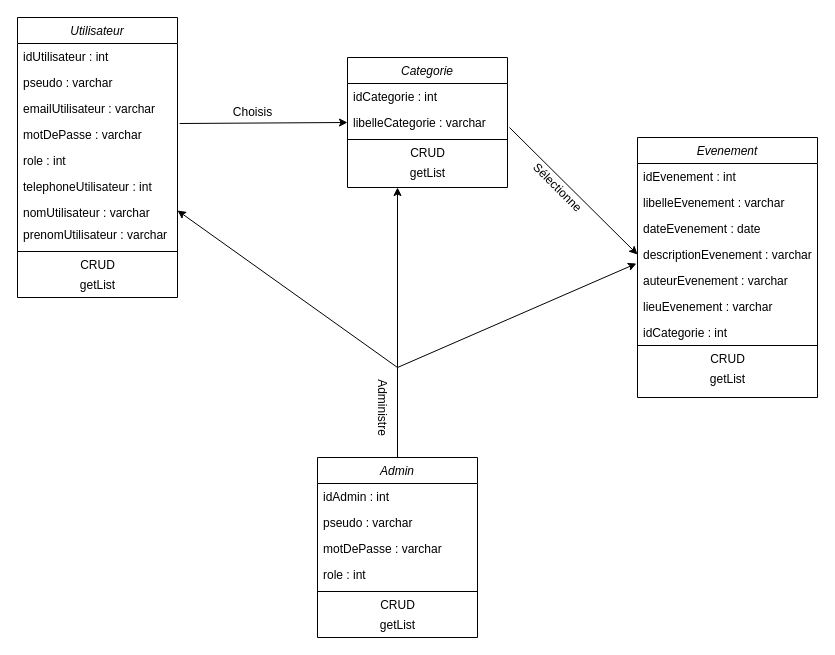
This is Maquette/Diagramme de classe.drawio from Veraghe/BAM, a draw.io file, before an edit. Source tidied: cells renumbered, new cells numbered last; positions are measured from the earlier drawing's top-left corner, leaving out a move shared by most shapes. Both pictures are drawn from the tidied source at 100%, with x=0, y=0 at pixel (17, 17).
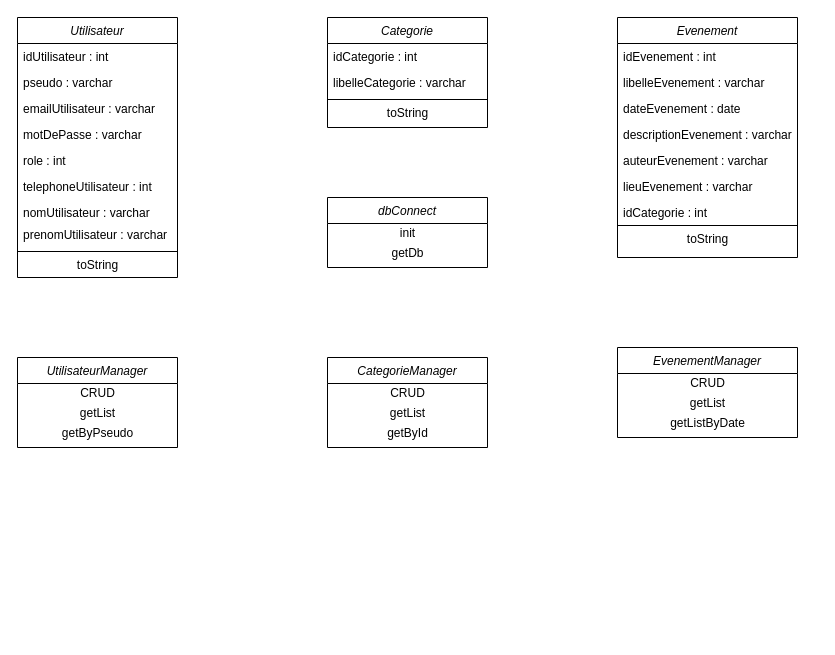
Above is the later version.

Commit message (it also covers changes not shown here):
diagramme de classe ok

The change refers to these unchanged cells:
```xml
<mxCell id="6" value="motDePasse : varchar&#10;&#10;" style="text;align=left;verticalAlign=top;spacingLeft=4;spacingRight=4;overflow=hidden;points=[[0,0.5],[1,0.5]];portConstraint=eastwest;rounded=0;shadow=0;html=0;" parent="2" vertex="1">
  <mxGeometry y="104" width="160" height="26" as="geometry" />
</mxCell>
<mxCell id="9" value="nomUtilisateur : varchar" style="text;align=left;verticalAlign=top;spacingLeft=4;spacingRight=4;overflow=hidden;points=[[0,0.5],[1,0.5]];portConstraint=eastwest;" parent="2" vertex="1">
  <mxGeometry y="182" width="160" height="22" as="geometry" />
</mxCell>
<mxCell id="24" value="descriptionEvenement : varchar&#10;&#10;" style="text;align=left;verticalAlign=top;spacingLeft=4;spacingRight=4;overflow=hidden;points=[[0,0.5],[1,0.5]];portConstraint=eastwest;rounded=0;shadow=0;html=0;" parent="20" vertex="1">
  <mxGeometry y="104" width="180" height="26" as="geometry" />
</mxCell>
```

Diff of the diagram source:
```diff
@@
     <mxCell id="2" value="Utilisateur" style="swimlane;fontStyle=2;align=center;verticalAlign=top;horizontal=1;startSize=26;rounded=0;shadow=0;strokeWidth=1;" parent="1" vertex="1">
-      <mxGeometry width="160" height="280" as="geometry" />
+      <mxGeometry width="160" height="260" as="geometry" />
     </mxCell>
@@
-    <mxCell id="12" value="CRUD" style="text;html=1;align=center;verticalAlign=middle;" parent="2" vertex="1">
-      <mxGeometry y="238" width="160" height="20" as="geometry" />
-    </mxCell>
-    <mxCell id="13" value="getList" style="text;html=1;align=center;verticalAlign=middle;" parent="2" vertex="1">
-      <mxGeometry y="258" width="160" height="20" as="geometry" />
-    </mxCell>
-    <mxCell id="14" value="Categorie" style="swimlane;fontStyle=2;align=center;verticalAlign=top;horizontal=1;startSize=26;rounded=0;shadow=0;strokeWidth=1;" parent="1" vertex="1">
-      <mxGeometry x="330" y="40" width="160" height="130" as="geometry" />
-    </mxCell>
-    <mxCell id="15" value="idCategorie : int" style="text;align=left;verticalAlign=top;spacingLeft=4;spacingRight=4;overflow=hidden;" parent="14" vertex="1">
-      <mxGeometry y="26" width="160" height="26" as="geometry" />
-    </mxCell>
-    <mxCell id="16" value="libelleCategorie : varchar" style="text;align=left;verticalAlign=top;spacingLeft=4;spacingRight=4;overflow=hidden;points=[[0,0.5],[1,0.5]];portConstraint=eastwest;rounded=0;shadow=0;html=0;" parent="14" vertex="1">
-      <mxGeometry y="52" width="160" height="26" as="geometry" />
-    </mxCell>
-    <mxCell id="17" style="line;html=1;strokeWidth=1;align=left;verticalAlign=middle;spacingTop=-1;spacingLeft=3;spacingRight=3;labelPosition=right;" parent="14" vertex="1">
-      <mxGeometry y="78" width="160" height="8" as="geometry" />
-    </mxCell>
-    <mxCell id="18" value="CRUD" style="text;html=1;align=center;verticalAlign=middle;" parent="14" vertex="1">
-      <mxGeometry y="86" width="160" height="20" as="geometry" />
-    </mxCell>
-    <mxCell id="19" value="getList" style="text;html=1;align=center;verticalAlign=middle;" parent="14" vertex="1">
-      <mxGeometry y="106" width="160" height="20" as="geometry" />
-    </mxCell>
+    <mxCell id="49" value="toString" style="text;html=1;align=center;verticalAlign=middle;" parent="2" vertex="1">
+      <mxGeometry y="238" width="160" height="20" as="geometry" />
+    </mxCell>
     <mxCell id="20" value="Evenement" style="swimlane;fontStyle=2;align=center;verticalAlign=top;horizontal=1;startSize=26;rounded=0;shadow=0;strokeWidth=1;" parent="1" vertex="1">
-      <mxGeometry x="620" y="120" width="180" height="260" as="geometry" />
+      <mxGeometry x="600" width="180" height="240" as="geometry" />
     </mxCell>
@@
-    <mxCell id="29" value="CRUD" style="text;html=1;align=center;verticalAlign=middle;" parent="20" vertex="1">
+    <mxCell id="29" value="toString" style="text;html=1;align=center;verticalAlign=middle;" parent="20" vertex="1">
       <mxGeometry y="212" width="180" height="20" as="geometry" />
     </mxCell>
-    <mxCell id="30" value="getList" style="text;html=1;align=center;verticalAlign=middle;" parent="20" vertex="1">
-      <mxGeometry y="232" width="180" height="20" as="geometry" />
-    </mxCell>
-    <mxCell id="31" style="endArrow=classic;html=1;entryX=0;entryY=0.5;entryDx=0;entryDy=0;exitX=1.013;exitY=0.077;exitDx=0;exitDy=0;exitPerimeter=0;" parent="1" edge="1" source="6" target="16">
-      <mxGeometry relative="1" as="geometry" />
-    </mxCell>
-    <mxCell id="32" value="Choisis" style="text;html=1;align=center;verticalAlign=middle;" parent="1" vertex="1">
-      <mxGeometry x="210" y="85" width="50" height="20" as="geometry" />
-    </mxCell>
-    <mxCell id="33" style="endArrow=classic;html=1;entryX=0;entryY=0.5;entryDx=0;entryDy=0;" parent="1" edge="1" target="24">
-      <mxGeometry relative="1" as="geometry">
-        <mxPoint x="492" y="110" as="sourcePoint" />
-      </mxGeometry>
-    </mxCell>
-    <mxCell id="34" value="Sélectionne" style="text;html=1;align=center;verticalAlign=middle;rotation=45;" parent="1" vertex="1">
-      <mxGeometry x="500" y="160" width="80" height="20" as="geometry" />
-    </mxCell>
-    <mxCell id="35" value="Admin" style="swimlane;fontStyle=2;align=center;verticalAlign=top;horizontal=1;startSize=26;rounded=0;shadow=0;strokeWidth=1;" parent="1" vertex="1">
-      <mxGeometry x="300" y="440" width="160" height="180" as="geometry" />
-    </mxCell>
-    <mxCell id="36" value="idAdmin : int" style="text;align=left;verticalAlign=top;spacingLeft=4;spacingRight=4;overflow=hidden;" parent="35" vertex="1">
-      <mxGeometry y="26" width="160" height="26" as="geometry" />
-    </mxCell>
-    <mxCell id="37" value="pseudo : varchar" style="text;align=left;verticalAlign=top;spacingLeft=4;spacingRight=4;overflow=hidden;rounded=0;shadow=0;html=0;" parent="35" vertex="1">
-      <mxGeometry y="52" width="160" height="26" as="geometry" />
-    </mxCell>
-    <mxCell id="38" value="motDePasse : varchar&#10;&#10;" style="text;align=left;verticalAlign=top;spacingLeft=4;spacingRight=4;overflow=hidden;rounded=0;shadow=0;html=0;" parent="35" vertex="1">
-      <mxGeometry y="78" width="160" height="26" as="geometry" />
-    </mxCell>
-    <mxCell id="39" value="role : int&#10;" style="text;align=left;verticalAlign=top;spacingLeft=4;spacingRight=4;overflow=hidden;" parent="35" vertex="1">
-      <mxGeometry y="104" width="160" height="26" as="geometry" />
-    </mxCell>
-    <mxCell id="40" style="line;html=1;strokeWidth=1;align=left;verticalAlign=middle;spacingTop=-1;spacingLeft=3;spacingRight=3;labelPosition=right;" parent="35" vertex="1">
-      <mxGeometry y="130" width="160" height="8" as="geometry" />
-    </mxCell>
-    <mxCell id="41" value="CRUD" style="text;html=1;align=center;verticalAlign=middle;" parent="35" vertex="1">
-      <mxGeometry y="138" width="160" height="20" as="geometry" />
-    </mxCell>
-    <mxCell id="42" value="getList" style="text;html=1;align=center;verticalAlign=middle;" parent="35" vertex="1">
-      <mxGeometry y="158" width="160" height="20" as="geometry" />
-    </mxCell>
-    <mxCell id="43" style="endArrow=none;html=1;" parent="1" edge="1">
-      <mxGeometry relative="1" as="geometry">
-        <mxPoint x="380" y="400" as="sourcePoint" />
-        <mxPoint x="380" y="350" as="targetPoint" />
-      </mxGeometry>
-    </mxCell>
-    <mxCell id="44" style="endArrow=classic;html=1;entryX=1;entryY=0.5;entryDx=0;entryDy=0;" parent="1" edge="1" target="9">
-      <mxGeometry relative="1" as="geometry">
-        <mxPoint x="380" y="350" as="sourcePoint" />
-      </mxGeometry>
-    </mxCell>
-    <mxCell id="45" style="endArrow=classic;html=1;" parent="1" edge="1">
-      <mxGeometry relative="1" as="geometry">
-        <mxPoint x="380" y="350" as="sourcePoint" />
-        <mxPoint x="380" y="170" as="targetPoint" />
-      </mxGeometry>
-    </mxCell>
-    <mxCell id="46" style="endArrow=classic;html=1;entryX=-0.006;entryY=0.846;entryDx=0;entryDy=0;entryPerimeter=0;" parent="1" edge="1" target="24">
-      <mxGeometry relative="1" as="geometry">
-        <mxPoint x="380" y="350" as="sourcePoint" />
-      </mxGeometry>
-    </mxCell>
-    <mxCell id="47" value="Administre" style="text;html=1;align=center;verticalAlign=middle;rotation=90;" parent="1" vertex="1">
-      <mxGeometry x="330" y="380" width="70" height="20" as="geometry" />
-    </mxCell>
-    <mxCell id="48" style="endArrow=none;html=1;exitX=0.5;exitY=0;exitDx=0;exitDy=0;" parent="1" edge="1" source="35">
-      <mxGeometry relative="1" as="geometry">
-        <mxPoint x="380" y="399" as="targetPoint" />
-      </mxGeometry>
-    </mxCell>
+    <mxCell id="50" value="UtilisateurManager&#10;" style="swimlane;fontStyle=2;align=center;verticalAlign=top;horizontal=1;startSize=26;rounded=0;shadow=0;strokeWidth=1;" parent="1" vertex="1">
+      <mxGeometry y="340" width="160" height="90" as="geometry" />
+    </mxCell>
+    <mxCell id="51" value="CRUD" style="text;html=1;align=center;verticalAlign=middle;" parent="50" vertex="1">
+      <mxGeometry y="26" width="160" height="20" as="geometry" />
+    </mxCell>
+    <mxCell id="52" value="getList" style="text;html=1;align=center;verticalAlign=middle;" parent="50" vertex="1">
+      <mxGeometry y="46" width="160" height="20" as="geometry" />
+    </mxCell>
+    <mxCell id="53" value="getByPseudo" style="text;html=1;align=center;verticalAlign=middle;" parent="50" vertex="1">
+      <mxGeometry y="66" width="160" height="20" as="geometry" />
+    </mxCell>
+    <mxCell id="54" value="EvenementManager" style="swimlane;fontStyle=2;align=center;verticalAlign=top;horizontal=1;startSize=26;rounded=0;shadow=0;strokeWidth=1;" parent="1" vertex="1">
+      <mxGeometry x="600" y="330" width="180" height="90" as="geometry" />
+    </mxCell>
+    <mxCell id="55" value="CRUD" style="text;html=1;align=center;verticalAlign=middle;" parent="54" vertex="1">
+      <mxGeometry y="26" width="180" height="20" as="geometry" />
+    </mxCell>
+    <mxCell id="56" value="getList" style="text;html=1;align=center;verticalAlign=middle;" parent="54" vertex="1">
+      <mxGeometry y="46" width="180" height="20" as="geometry" />
+    </mxCell>
+    <mxCell id="57" value="getListByDate" style="text;html=1;align=center;verticalAlign=middle;" parent="54" vertex="1">
+      <mxGeometry y="66" width="180" height="20" as="geometry" />
+    </mxCell>
+    <mxCell id="58" value="CategorieManager" style="swimlane;fontStyle=2;align=center;verticalAlign=top;horizontal=1;startSize=26;rounded=0;shadow=0;strokeWidth=1;" parent="1" vertex="1">
+      <mxGeometry x="310" y="340" width="160" height="90" as="geometry" />
+    </mxCell>
+    <mxCell id="59" value="CRUD" style="text;html=1;align=center;verticalAlign=middle;" parent="58" vertex="1">
+      <mxGeometry y="26" width="160" height="20" as="geometry" />
+    </mxCell>
+    <mxCell id="60" value="getList" style="text;html=1;align=center;verticalAlign=middle;" parent="58" vertex="1">
+      <mxGeometry y="46" width="160" height="20" as="geometry" />
+    </mxCell>
+    <mxCell id="61" value="getById" style="text;html=1;align=center;verticalAlign=middle;" parent="58" vertex="1">
+      <mxGeometry y="66" width="160" height="20" as="geometry" />
+    </mxCell>
+    <mxCell id="62" value="dbConnect&#10;" style="swimlane;fontStyle=2;align=center;verticalAlign=top;horizontal=1;startSize=26;rounded=0;shadow=0;strokeWidth=1;" parent="1" vertex="1">
+      <mxGeometry x="310" y="180" width="160" height="70" as="geometry" />
+    </mxCell>
+    <mxCell id="63" value="init" style="text;html=1;align=center;verticalAlign=middle;" parent="62" vertex="1">
+      <mxGeometry y="26" width="160" height="20" as="geometry" />
+    </mxCell>
+    <mxCell id="64" value="getDb" style="text;html=1;align=center;verticalAlign=middle;" parent="62" vertex="1">
+      <mxGeometry y="46" width="160" height="20" as="geometry" />
+    </mxCell>
+    <mxCell id="14" value="Categorie" style="swimlane;fontStyle=2;align=center;verticalAlign=top;horizontal=1;startSize=26;rounded=0;shadow=0;strokeWidth=1;" parent="1" vertex="1">
+      <mxGeometry x="310" width="160" height="110" as="geometry" />
+    </mxCell>
+    <mxCell id="15" value="idCategorie : int" style="text;align=left;verticalAlign=top;spacingLeft=4;spacingRight=4;overflow=hidden;" parent="14" vertex="1">
+      <mxGeometry y="26" width="160" height="26" as="geometry" />
+    </mxCell>
+    <mxCell id="16" value="libelleCategorie : varchar" style="text;align=left;verticalAlign=top;spacingLeft=4;spacingRight=4;overflow=hidden;points=[[0,0.5],[1,0.5]];portConstraint=eastwest;rounded=0;shadow=0;html=0;" parent="14" vertex="1">
+      <mxGeometry y="52" width="160" height="26" as="geometry" />
+    </mxCell>
+    <mxCell id="17" style="line;html=1;strokeWidth=1;align=left;verticalAlign=middle;spacingTop=-1;spacingLeft=3;spacingRight=3;labelPosition=right;" parent="14" vertex="1">
+      <mxGeometry y="78" width="160" height="8" as="geometry" />
+    </mxCell>
+    <mxCell id="18" value="toString" style="text;html=1;align=center;verticalAlign=middle;" parent="14" vertex="1">
+      <mxGeometry y="86" width="160" height="20" as="geometry" />
+    </mxCell>
```
